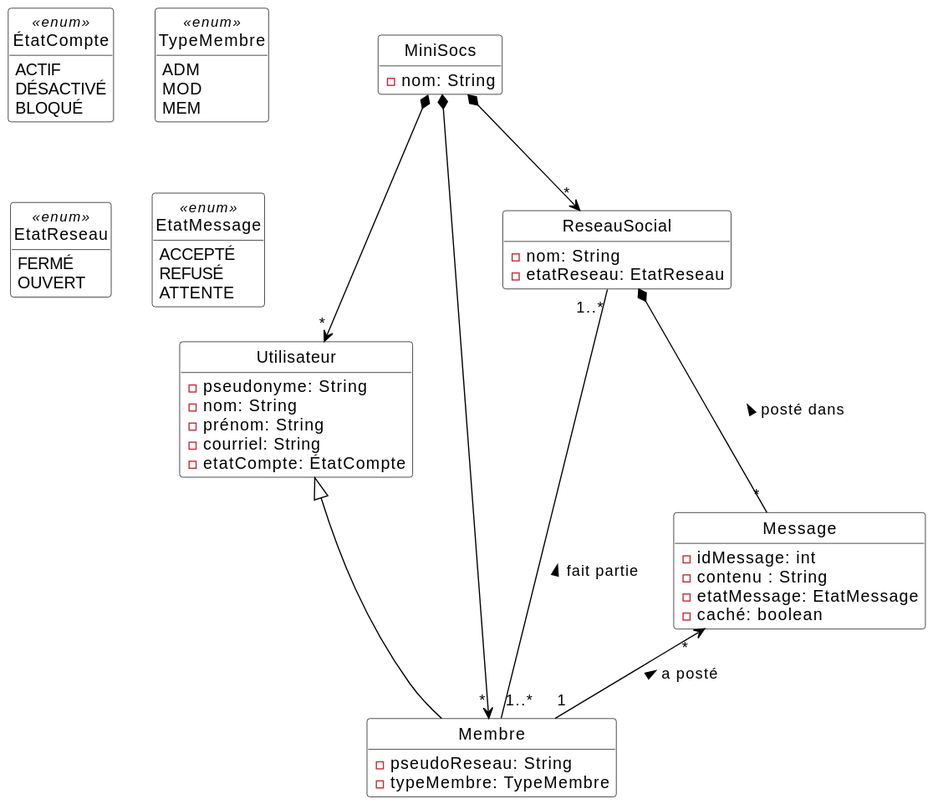
Earlier version of the PlantUML export Diagrammes/minisocs_uml_diag_classes_sans_notif.svg (ThELud0/Minisocs).
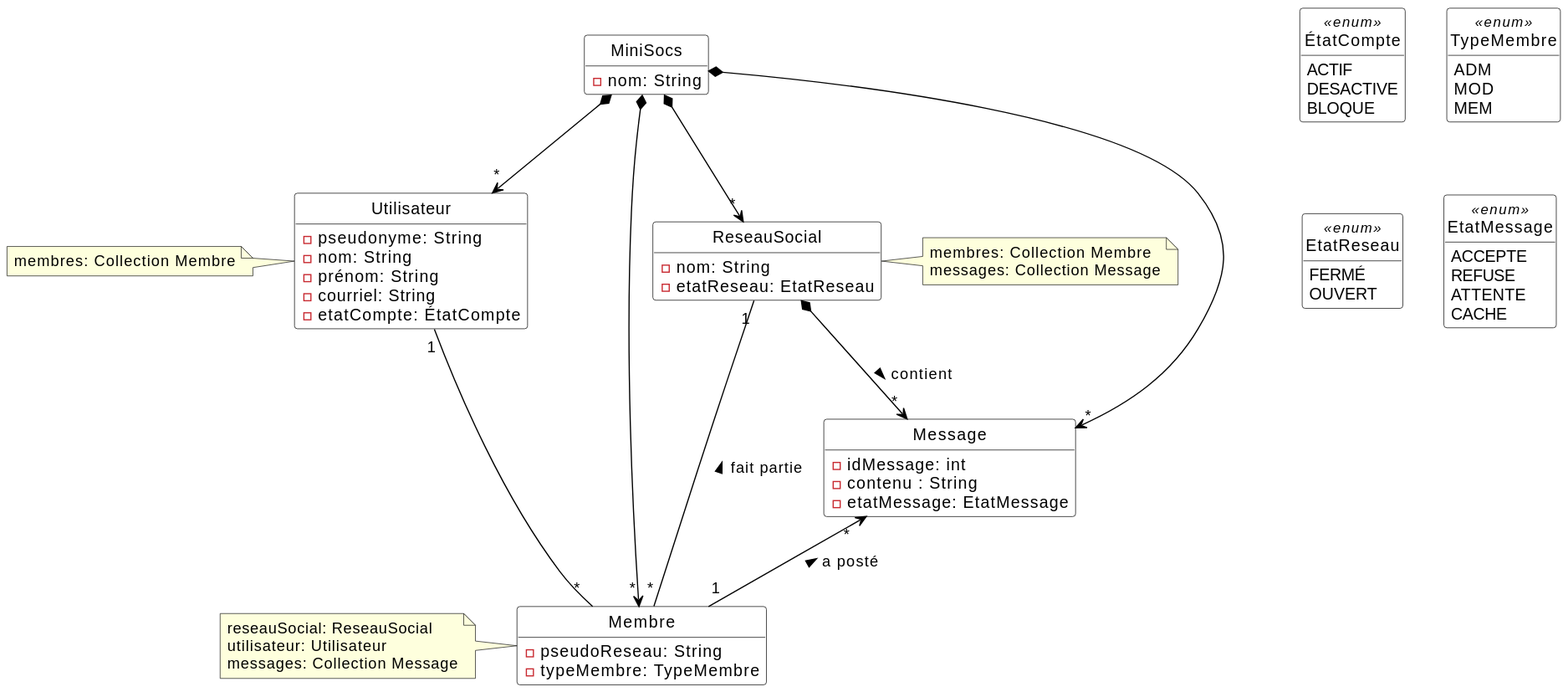
After the commit.

Commit message:
diag classes

The edit, as a diff of the source:
```diff
@@ -19,15 +19,21 @@
   - courriel: String
   - etatCompte: ÉtatCompte
 }
+
+note left of Utilisateur: membres: Collection Membre
+
 enum ÉtatCompte <<enum>> {
   ACTIF
-  DÉSACTIVÉ
-  BLOQUÉ
+  DESACTIVE
+  BLOQUE
 }
 class Membre {
   - pseudoReseau: String
   - typeMembre: TypeMembre
 }
+
+note left of Membre: reseauSocial: ReseauSocial\nutilisateur: Utilisateur\nmessages: Collection Message
+
 enum TypeMembre <<enum>> {
   ADM
   MOD
@@ -37,6 +43,9 @@
   - nom: String
   - etatReseau: EtatReseau
 }
+
+note right of ReseauSocial: membres: Collection Membre\nmessages: Collection Message
+
 enum EtatReseau <<enum>> {
   FERMÉ
   OUVERT
@@ -45,20 +54,20 @@
   - idMessage: int
   - contenu : String
   - etatMessage: EtatMessage
-  - caché: boolean
 }
 enum EtatMessage <<enum>> {
-  ACCEPTÉ
-  REFUSÉ
+  ACCEPTE
+  REFUSE
   ATTENTE
+  CACHE
 }
 
 MiniSocs *--> "*" Utilisateur
 MiniSocs *--> "*" Membre
+MiniSocs *--> "*" Message
 MiniSocs *--> "*" ReseauSocial
-Utilisateur <|-- Membre
-ReseauSocial "1..*" -- "1..*" Membre : < fait partie
+Utilisateur "1" -- "*" Membre
+ReseauSocial "1" -- "*" Membre : < fait partie
 Message "*"<-- "1" Membre : < a posté
-ReseauSocial *-- "*" Message : < posté dans
-
+ReseauSocial *--> "*" Message : > contient
 @enduml
```
